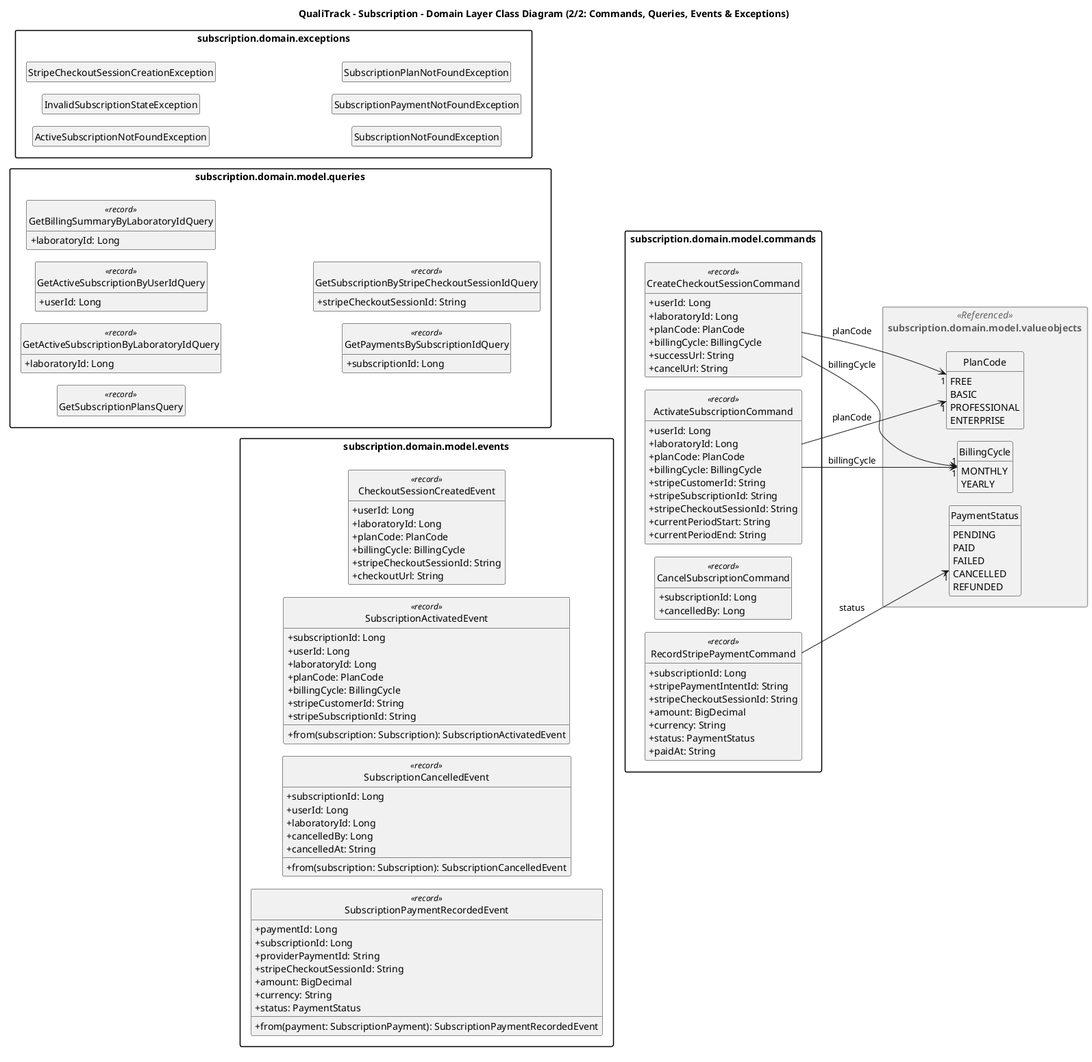
Above: report/assets/img/main-content/chapter-iv/class-diagrams/subscription-domain-layer-class-diagram-2.png in IoTech-2620-8741/qualitrack-report (PlantUML), before the change. Source of this version:
```plantuml
@startuml subscription-domain-layer-class-diagram-2
!pragma layout smetana
title QualiTrack - Subscription - Domain Layer Class Diagram (2/2: Commands, Queries, Events & Exceptions)

skinparam packageStyle rectangle
skinparam classAttributeIconSize 0
skinparam linetype ortho
hide circle
hide empty members
set separator none
left to right direction
hide empty members
skinparam package<<Referenced>> {
  BackgroundColor #F4F4F4
  BorderColor #9E9E9E
  FontColor #616161
}
skinparam package<<External>> {
  BackgroundColor #EEEEEE
  BorderColor #9E9E9E
}

package "subscription.domain.model.queries" {
  class GetSubscriptionPlansQuery <<record>>
  class GetActiveSubscriptionByLaboratoryIdQuery <<record>> {
    +laboratoryId: Long
  }
  class GetActiveSubscriptionByUserIdQuery <<record>> {
    +userId: Long
  }
  class GetBillingSummaryByLaboratoryIdQuery <<record>> {
    +laboratoryId: Long
  }
  class GetPaymentsBySubscriptionIdQuery <<record>> {
    +subscriptionId: Long
  }
  class GetSubscriptionByStripeCheckoutSessionIdQuery <<record>> {
    +stripeCheckoutSessionId: String
  }
}

package "subscription.domain.exceptions" {
  class ActiveSubscriptionNotFoundException
  class InvalidSubscriptionStateException
  class StripeCheckoutSessionCreationException
  class SubscriptionNotFoundException
  class SubscriptionPaymentNotFoundException
  class SubscriptionPlanNotFoundException
}

package "subscription.domain.model.events" {
  class CheckoutSessionCreatedEvent <<record>> {
    +userId: Long
    +laboratoryId: Long
    +planCode: PlanCode
    +billingCycle: BillingCycle
    +stripeCheckoutSessionId: String
    +checkoutUrl: String
  }

  class SubscriptionActivatedEvent <<record>> {
    +subscriptionId: Long
    +userId: Long
    +laboratoryId: Long
    +planCode: PlanCode
    +billingCycle: BillingCycle
    +stripeCustomerId: String
    +stripeSubscriptionId: String
    +from(subscription: Subscription): SubscriptionActivatedEvent
  }

  class SubscriptionCancelledEvent <<record>> {
    +subscriptionId: Long
    +userId: Long
    +laboratoryId: Long
    +cancelledBy: Long
    +cancelledAt: String
    +from(subscription: Subscription): SubscriptionCancelledEvent
  }

  class SubscriptionPaymentRecordedEvent <<record>> {
    +paymentId: Long
    +subscriptionId: Long
    +providerPaymentId: String
    +stripeCheckoutSessionId: String
    +amount: BigDecimal
    +currency: String
    +status: PaymentStatus
    +from(payment: SubscriptionPayment): SubscriptionPaymentRecordedEvent
  }
}

package "subscription.domain.model.commands" {
  class CreateCheckoutSessionCommand <<record>> {
    +userId: Long
    +laboratoryId: Long
    +planCode: PlanCode
    +billingCycle: BillingCycle
    +successUrl: String
    +cancelUrl: String
  }

  class ActivateSubscriptionCommand <<record>> {
    +userId: Long
    +laboratoryId: Long
    +planCode: PlanCode
    +billingCycle: BillingCycle
    +stripeCustomerId: String
    +stripeSubscriptionId: String
    +stripeCheckoutSessionId: String
    +currentPeriodStart: String
    +currentPeriodEnd: String
  }

  class CancelSubscriptionCommand <<record>> {
    +subscriptionId: Long
    +cancelledBy: Long
  }

  class RecordStripePaymentCommand <<record>> {
    +subscriptionId: Long
    +stripePaymentIntentId: String
    +stripeCheckoutSessionId: String
    +amount: BigDecimal
    +currency: String
    +status: PaymentStatus
    +paidAt: String
  }
}

package "subscription.domain.model.valueobjects" <<Referenced>> {
  enum PlanCode {
    FREE
    BASIC
    PROFESSIONAL
    ENTERPRISE
  }

  enum BillingCycle {
    MONTHLY
    YEARLY
  }

  enum PaymentStatus {
    PENDING
    PAID
    FAILED
    CANCELLED
    REFUNDED
  }
}

CreateCheckoutSessionCommand --> "1" PlanCode : planCode
CreateCheckoutSessionCommand --> "1" BillingCycle : billingCycle
ActivateSubscriptionCommand --> "1" PlanCode : planCode
ActivateSubscriptionCommand --> "1" BillingCycle : billingCycle
RecordStripePaymentCommand --> "1" PaymentStatus : status

GetSubscriptionPlansQuery -[hidden]-> CheckoutSessionCreatedEvent
GetSubscriptionPlansQuery -[hidden]-> SubscriptionActivatedEvent
GetSubscriptionPlansQuery -[hidden]-> SubscriptionCancelledEvent
GetSubscriptionPlansQuery -[hidden]-> SubscriptionPaymentRecordedEvent
CheckoutSessionCreatedEvent -[hidden]-> CreateCheckoutSessionCommand
CheckoutSessionCreatedEvent -[hidden]-> ActivateSubscriptionCommand
CheckoutSessionCreatedEvent -[hidden]-> CancelSubscriptionCommand
CheckoutSessionCreatedEvent -[hidden]-> RecordStripePaymentCommand

@enduml
```
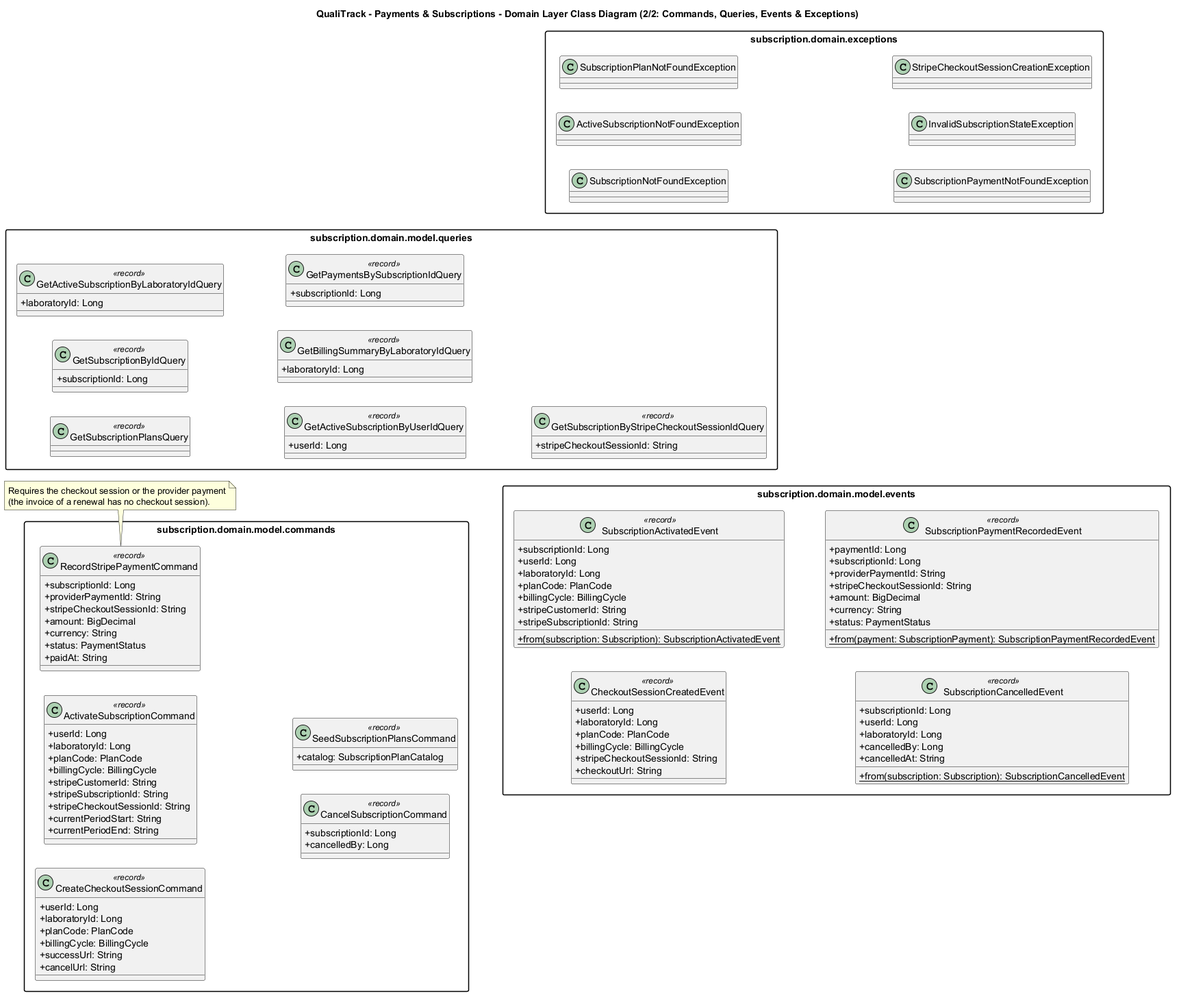
After the change.

Change to the diagram source:
```diff
@@ -1,168 +1,142 @@
 @startuml subscription-domain-layer-class-diagram-2
-!pragma layout smetana
-title QualiTrack - Subscription - Domain Layer Class Diagram (2/2: Commands, Queries, Events & Exceptions)
+
+title QualiTrack - Payments & Subscriptions - Domain Layer Class Diagram (2/2: Commands, Queries, Events & Exceptions)
+set separator none
+left to right direction
 
 skinparam packageStyle rectangle
+skinparam shadowing false
 skinparam classAttributeIconSize 0
 skinparam linetype ortho
-hide circle
-hide empty members
-set separator none
-left to right direction
-hide empty members
-skinparam package<<Referenced>> {
-  BackgroundColor #F4F4F4
-  BorderColor #9E9E9E
-  FontColor #616161
+
+
+
+
+
+package "subscription.domain.model.commands" {
+  class CreateCheckoutSessionCommand <<record>> {
+    + userId: Long
+    + laboratoryId: Long
+    + planCode: PlanCode
+    + billingCycle: BillingCycle
+    + successUrl: String
+    + cancelUrl: String
+  }
+
+  class ActivateSubscriptionCommand <<record>> {
+    + userId: Long
+    + laboratoryId: Long
+    + planCode: PlanCode
+    + billingCycle: BillingCycle
+    + stripeCustomerId: String
+    + stripeSubscriptionId: String
+    + stripeCheckoutSessionId: String
+    + currentPeriodStart: String
+    + currentPeriodEnd: String
+  }
+
+  class CancelSubscriptionCommand <<record>> {
+    + subscriptionId: Long
+    + cancelledBy: Long
+  }
+
+  class RecordStripePaymentCommand <<record>> {
+    + subscriptionId: Long
+    + providerPaymentId: String
+    + stripeCheckoutSessionId: String
+    + amount: BigDecimal
+    + currency: String
+    + status: PaymentStatus
+    + paidAt: String
+  }
+
+  class SeedSubscriptionPlansCommand <<record>> {
+    + catalog: SubscriptionPlanCatalog
+  }
 }
-skinparam package<<External>> {
-  BackgroundColor #EEEEEE
-  BorderColor #9E9E9E
-}
+note bottom of RecordStripePaymentCommand
+  Requires the checkout session or the provider payment
+  (the invoice of a renewal has no checkout session).
+end note
 
 package "subscription.domain.model.queries" {
   class GetSubscriptionPlansQuery <<record>>
+
+  class GetSubscriptionByIdQuery <<record>> {
+    + subscriptionId: Long
+  }
+
   class GetActiveSubscriptionByLaboratoryIdQuery <<record>> {
-    +laboratoryId: Long
+    + laboratoryId: Long
   }
+
   class GetActiveSubscriptionByUserIdQuery <<record>> {
-    +userId: Long
+    + userId: Long
   }
+
   class GetBillingSummaryByLaboratoryIdQuery <<record>> {
-    +laboratoryId: Long
+    + laboratoryId: Long
   }
+
   class GetPaymentsBySubscriptionIdQuery <<record>> {
-    +subscriptionId: Long
+    + subscriptionId: Long
   }
+
   class GetSubscriptionByStripeCheckoutSessionIdQuery <<record>> {
-    +stripeCheckoutSessionId: String
+    + stripeCheckoutSessionId: String
   }
-}
-
-package "subscription.domain.exceptions" {
-  class ActiveSubscriptionNotFoundException
-  class InvalidSubscriptionStateException
-  class StripeCheckoutSessionCreationException
-  class SubscriptionNotFoundException
-  class SubscriptionPaymentNotFoundException
-  class SubscriptionPlanNotFoundException
 }
 
 package "subscription.domain.model.events" {
   class CheckoutSessionCreatedEvent <<record>> {
-    +userId: Long
-    +laboratoryId: Long
-    +planCode: PlanCode
-    +billingCycle: BillingCycle
-    +stripeCheckoutSessionId: String
-    +checkoutUrl: String
+    + userId: Long
+    + laboratoryId: Long
+    + planCode: PlanCode
+    + billingCycle: BillingCycle
+    + stripeCheckoutSessionId: String
+    + checkoutUrl: String
   }
 
   class SubscriptionActivatedEvent <<record>> {
-    +subscriptionId: Long
-    +userId: Long
-    +laboratoryId: Long
-    +planCode: PlanCode
-    +billingCycle: BillingCycle
-    +stripeCustomerId: String
-    +stripeSubscriptionId: String
-    +from(subscription: Subscription): SubscriptionActivatedEvent
+    + subscriptionId: Long
+    + userId: Long
+    + laboratoryId: Long
+    + planCode: PlanCode
+    + billingCycle: BillingCycle
+    + stripeCustomerId: String
+    + stripeSubscriptionId: String
+    + {static} from(subscription: Subscription): SubscriptionActivatedEvent
   }
 
   class SubscriptionCancelledEvent <<record>> {
-    +subscriptionId: Long
-    +userId: Long
-    +laboratoryId: Long
-    +cancelledBy: Long
-    +cancelledAt: String
-    +from(subscription: Subscription): SubscriptionCancelledEvent
+    + subscriptionId: Long
+    + userId: Long
+    + laboratoryId: Long
+    + cancelledBy: Long
+    + cancelledAt: String
+    + {static} from(subscription: Subscription): SubscriptionCancelledEvent
   }
 
   class SubscriptionPaymentRecordedEvent <<record>> {
-    +paymentId: Long
-    +subscriptionId: Long
-    +providerPaymentId: String
-    +stripeCheckoutSessionId: String
-    +amount: BigDecimal
-    +currency: String
-    +status: PaymentStatus
-    +from(payment: SubscriptionPayment): SubscriptionPaymentRecordedEvent
+    + paymentId: Long
+    + subscriptionId: Long
+    + providerPaymentId: String
+    + stripeCheckoutSessionId: String
+    + amount: BigDecimal
+    + currency: String
+    + status: PaymentStatus
+    + {static} from(payment: SubscriptionPayment): SubscriptionPaymentRecordedEvent
   }
 }
 
-package "subscription.domain.model.commands" {
-  class CreateCheckoutSessionCommand <<record>> {
-    +userId: Long
-    +laboratoryId: Long
-    +planCode: PlanCode
-    +billingCycle: BillingCycle
-    +successUrl: String
-    +cancelUrl: String
-  }
 
-  class ActivateSubscriptionCommand <<record>> {
-    +userId: Long
-    +laboratoryId: Long
-    +planCode: PlanCode
-    +billingCycle: BillingCycle
-    +stripeCustomerId: String
-    +stripeSubscriptionId: String
-    +stripeCheckoutSessionId: String
-    +currentPeriodStart: String
-    +currentPeriodEnd: String
-  }
-
-  class CancelSubscriptionCommand <<record>> {
-    +subscriptionId: Long
-    +cancelledBy: Long
-  }
-
-  class RecordStripePaymentCommand <<record>> {
-    +subscriptionId: Long
-    +stripePaymentIntentId: String
-    +stripeCheckoutSessionId: String
-    +amount: BigDecimal
-    +currency: String
-    +status: PaymentStatus
-    +paidAt: String
-  }
+package "subscription.domain.exceptions" {
+  class SubscriptionNotFoundException
+  class ActiveSubscriptionNotFoundException
+  class SubscriptionPlanNotFoundException
+  class SubscriptionPaymentNotFoundException
+  class InvalidSubscriptionStateException
+  class StripeCheckoutSessionCreationException
 }
 
-package "subscription.domain.model.valueobjects" <<Referenced>> {
-  enum PlanCode {
-    FREE
-    BASIC
-    PROFESSIONAL
-    ENTERPRISE
-  }
-
-  enum BillingCycle {
-    MONTHLY
-    YEARLY
-  }
-
-  enum PaymentStatus {
-    PENDING
-    PAID
-    FAILED
-    CANCELLED
-    REFUNDED
-  }
-}
-
-CreateCheckoutSessionCommand --> "1" PlanCode : planCode
-CreateCheckoutSessionCommand --> "1" BillingCycle : billingCycle
-ActivateSubscriptionCommand --> "1" PlanCode : planCode
-ActivateSubscriptionCommand --> "1" BillingCycle : billingCycle
-RecordStripePaymentCommand --> "1" PaymentStatus : status
-
-GetSubscriptionPlansQuery -[hidden]-> CheckoutSessionCreatedEvent
-GetSubscriptionPlansQuery -[hidden]-> SubscriptionActivatedEvent
-GetSubscriptionPlansQuery -[hidden]-> SubscriptionCancelledEvent
-GetSubscriptionPlansQuery -[hidden]-> SubscriptionPaymentRecordedEvent
-CheckoutSessionCreatedEvent -[hidden]-> CreateCheckoutSessionCommand
-CheckoutSessionCreatedEvent -[hidden]-> ActivateSubscriptionCommand
-CheckoutSessionCreatedEvent -[hidden]-> CancelSubscriptionCommand
-CheckoutSessionCreatedEvent -[hidden]-> RecordStripePaymentCommand
-
 @enduml
```
